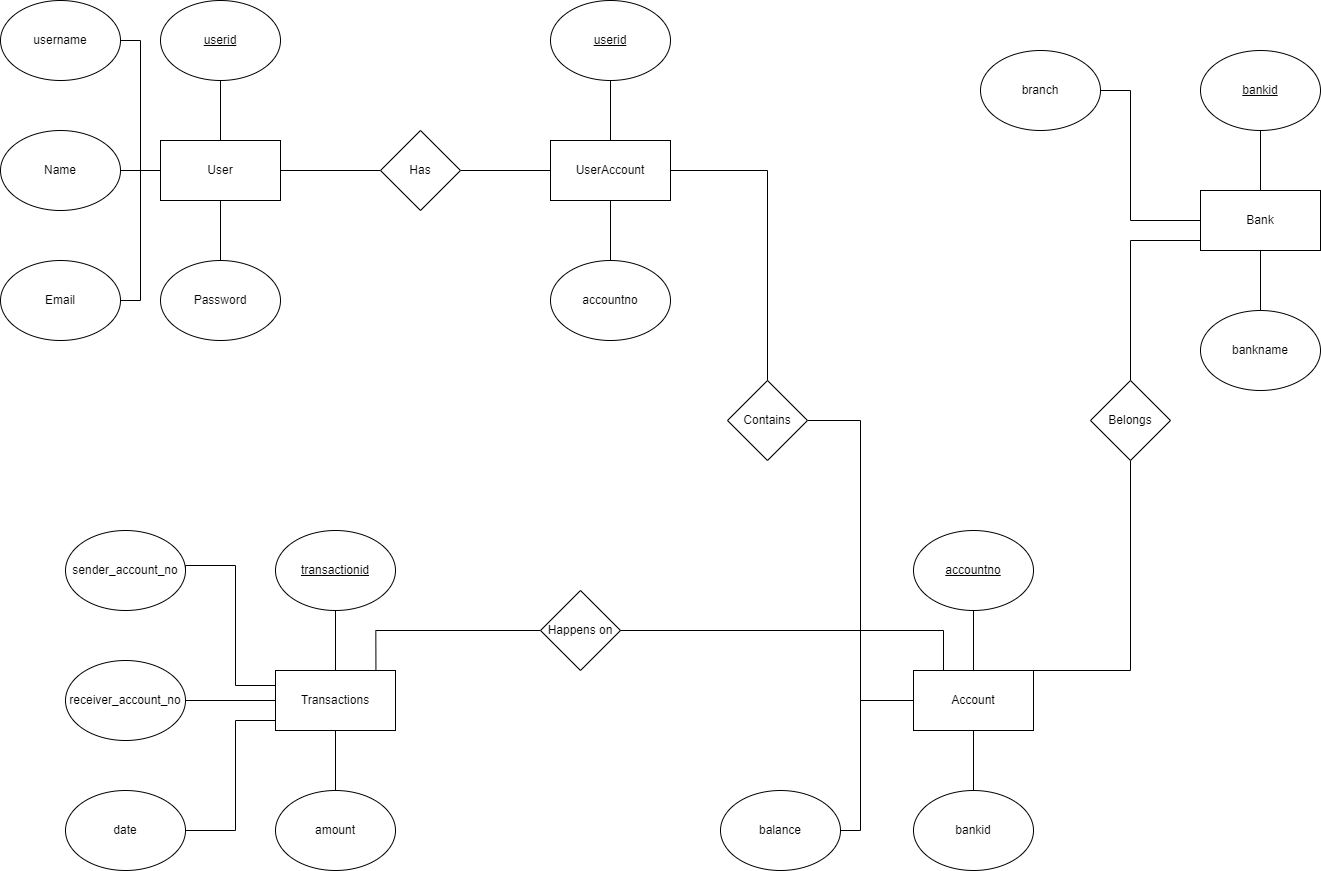
Above: Day 21/SimpleBanking.png in gokul85/PresidioTraining (draw.io), before the change. Source tidied: cells renumbered, new cells last; positions are measured from the earlier drawing's top-left corner, leaving out a move shared by most shapes. Source of this version:
```xml
<mxGraphModel>
  <root>
    <mxCell id="0" />
    <mxCell id="1" parent="0" />
    <mxCell id="2" style="edgeStyle=orthogonalEdgeStyle;rounded=0;jettySize=auto;html=1;endArrow=none;endFill=0;" parent="1" edge="1" source="8" target="13">
      <mxGeometry relative="1" as="geometry" />
    </mxCell>
    <mxCell id="3" style="edgeStyle=orthogonalEdgeStyle;rounded=0;jettySize=auto;html=1;entryX=1;entryY=0.5;entryDx=0;entryDy=0;endArrow=none;endFill=0;" parent="1" edge="1" source="8" target="12">
      <mxGeometry relative="1" as="geometry" />
    </mxCell>
    <mxCell id="4" style="edgeStyle=orthogonalEdgeStyle;rounded=0;jettySize=auto;html=1;endArrow=none;endFill=0;" parent="1" edge="1" source="8" target="11">
      <mxGeometry relative="1" as="geometry" />
    </mxCell>
    <mxCell id="5" style="edgeStyle=orthogonalEdgeStyle;rounded=0;jettySize=auto;html=1;entryX=1;entryY=0.5;entryDx=0;entryDy=0;endArrow=none;endFill=0;" parent="1" edge="1" source="8" target="10">
      <mxGeometry relative="1" as="geometry" />
    </mxCell>
    <mxCell id="6" style="edgeStyle=orthogonalEdgeStyle;rounded=0;jettySize=auto;html=1;endArrow=none;endFill=0;" parent="1" edge="1" source="8" target="9">
      <mxGeometry relative="1" as="geometry" />
    </mxCell>
    <mxCell id="7" style="edgeStyle=orthogonalEdgeStyle;rounded=0;jettySize=auto;html=1;endArrow=none;endFill=0;" parent="1" edge="1" source="8" target="21">
      <mxGeometry relative="1" as="geometry" />
    </mxCell>
    <mxCell id="8" value="User" style="rounded=0;whiteSpace=wrap;html=1;" parent="1" vertex="1">
      <mxGeometry x="160" y="140" width="120" height="60" as="geometry" />
    </mxCell>
    <mxCell id="9" value="&lt;u&gt;userid&lt;/u&gt;" style="ellipse;whiteSpace=wrap;html=1;" parent="1" vertex="1">
      <mxGeometry x="160" width="120" height="80" as="geometry" />
    </mxCell>
    <mxCell id="10" value="username" style="ellipse;whiteSpace=wrap;html=1;" parent="1" vertex="1">
      <mxGeometry width="120" height="80" as="geometry" />
    </mxCell>
    <mxCell id="11" value="Name" style="ellipse;whiteSpace=wrap;html=1;" parent="1" vertex="1">
      <mxGeometry y="130" width="120" height="80" as="geometry" />
    </mxCell>
    <mxCell id="12" value="Email" style="ellipse;whiteSpace=wrap;html=1;" parent="1" vertex="1">
      <mxGeometry y="260" width="120" height="80" as="geometry" />
    </mxCell>
    <mxCell id="13" value="Password" style="ellipse;whiteSpace=wrap;html=1;" parent="1" vertex="1">
      <mxGeometry x="160" y="260" width="120" height="80" as="geometry" />
    </mxCell>
    <mxCell id="14" style="edgeStyle=orthogonalEdgeStyle;rounded=0;jettySize=auto;html=1;endArrow=none;endFill=0;" parent="1" edge="1" source="17" target="19">
      <mxGeometry relative="1" as="geometry" />
    </mxCell>
    <mxCell id="15" style="edgeStyle=orthogonalEdgeStyle;rounded=0;jettySize=auto;html=1;endArrow=none;endFill=0;" parent="1" edge="1" source="17" target="18">
      <mxGeometry relative="1" as="geometry" />
    </mxCell>
    <mxCell id="16" style="edgeStyle=orthogonalEdgeStyle;rounded=0;jettySize=auto;html=1;endArrow=none;endFill=0;" parent="1" edge="1" source="17" target="53">
      <mxGeometry relative="1" as="geometry" />
    </mxCell>
    <mxCell id="17" value="UserAccount" style="rounded=0;whiteSpace=wrap;html=1;" parent="1" vertex="1">
      <mxGeometry x="550" y="140" width="120" height="60" as="geometry" />
    </mxCell>
    <mxCell id="18" value="&lt;u&gt;userid&lt;/u&gt;" style="ellipse;whiteSpace=wrap;html=1;" parent="1" vertex="1">
      <mxGeometry x="550" width="120" height="80" as="geometry" />
    </mxCell>
    <mxCell id="19" value="accountno" style="ellipse;whiteSpace=wrap;html=1;" parent="1" vertex="1">
      <mxGeometry x="550" y="260" width="120" height="80" as="geometry" />
    </mxCell>
    <mxCell id="20" style="edgeStyle=orthogonalEdgeStyle;rounded=0;jettySize=auto;html=1;endArrow=none;endFill=0;" parent="1" edge="1" source="21" target="17">
      <mxGeometry relative="1" as="geometry" />
    </mxCell>
    <mxCell id="21" value="Has" style="rhombus;whiteSpace=wrap;html=1;rounded=0;" parent="1" vertex="1">
      <mxGeometry x="380" y="130" width="80" height="80" as="geometry" />
    </mxCell>
    <mxCell id="22" style="edgeStyle=orthogonalEdgeStyle;rounded=0;jettySize=auto;html=1;endArrow=none;endFill=0;" parent="1" edge="1" source="25" target="27">
      <mxGeometry relative="1" as="geometry" />
    </mxCell>
    <mxCell id="23" style="edgeStyle=orthogonalEdgeStyle;rounded=0;jettySize=auto;html=1;endArrow=none;endFill=0;" parent="1" edge="1" source="25" target="26">
      <mxGeometry relative="1" as="geometry" />
    </mxCell>
    <mxCell id="24" style="edgeStyle=orthogonalEdgeStyle;rounded=0;jettySize=auto;html=1;entryX=0.5;entryY=1;entryDx=0;entryDy=0;endArrow=none;endFill=0;" parent="1" edge="1" source="25" target="54">
      <mxGeometry relative="1" as="geometry">
        <Array as="points">
          <mxPoint x="1130" y="670" />
        </Array>
      </mxGeometry>
    </mxCell>
    <mxCell id="25" value="Account" style="rounded=0;whiteSpace=wrap;html=1;" parent="1" vertex="1">
      <mxGeometry x="913" y="670" width="120" height="60" as="geometry" />
    </mxCell>
    <mxCell id="26" value="&lt;u&gt;accountno&lt;/u&gt;" style="ellipse;whiteSpace=wrap;html=1;" parent="1" vertex="1">
      <mxGeometry x="913" y="530" width="120" height="80" as="geometry" />
    </mxCell>
    <mxCell id="27" value="bankid" style="ellipse;whiteSpace=wrap;html=1;" parent="1" vertex="1">
      <mxGeometry x="913" y="790" width="120" height="80" as="geometry" />
    </mxCell>
    <mxCell id="28" style="edgeStyle=orthogonalEdgeStyle;rounded=0;jettySize=auto;html=1;endArrow=none;endFill=0;" parent="1" edge="1" source="29" target="25">
      <mxGeometry relative="1" as="geometry">
        <Array as="points">
          <mxPoint x="860" y="830" />
          <mxPoint x="860" y="700" />
        </Array>
      </mxGeometry>
    </mxCell>
    <mxCell id="29" value="balance" style="ellipse;whiteSpace=wrap;html=1;" parent="1" vertex="1">
      <mxGeometry x="720" y="790" width="120" height="80" as="geometry" />
    </mxCell>
    <mxCell id="30" style="edgeStyle=orthogonalEdgeStyle;rounded=0;jettySize=auto;html=1;endArrow=none;endFill=0;" parent="1" edge="1" source="33" target="35">
      <mxGeometry relative="1" as="geometry" />
    </mxCell>
    <mxCell id="31" style="edgeStyle=orthogonalEdgeStyle;rounded=0;jettySize=auto;html=1;endArrow=none;endFill=0;" parent="1" edge="1" source="33" target="34">
      <mxGeometry relative="1" as="geometry" />
    </mxCell>
    <mxCell id="32" style="edgeStyle=orthogonalEdgeStyle;rounded=0;jettySize=auto;html=1;endArrow=none;endFill=0;" parent="1" edge="1" source="33" target="54">
      <mxGeometry relative="1" as="geometry">
        <Array as="points">
          <mxPoint x="1130" y="240" />
        </Array>
      </mxGeometry>
    </mxCell>
    <mxCell id="33" value="Bank" style="rounded=0;whiteSpace=wrap;html=1;" parent="1" vertex="1">
      <mxGeometry x="1200" y="190" width="120" height="60" as="geometry" />
    </mxCell>
    <mxCell id="34" value="&lt;u&gt;bankid&lt;/u&gt;" style="ellipse;whiteSpace=wrap;html=1;" parent="1" vertex="1">
      <mxGeometry x="1200" y="50" width="120" height="80" as="geometry" />
    </mxCell>
    <mxCell id="35" value="bankname" style="ellipse;whiteSpace=wrap;html=1;" parent="1" vertex="1">
      <mxGeometry x="1200" y="310" width="120" height="80" as="geometry" />
    </mxCell>
    <mxCell id="36" style="edgeStyle=orthogonalEdgeStyle;rounded=0;jettySize=auto;html=1;endArrow=none;endFill=0;" parent="1" edge="1" source="37" target="33">
      <mxGeometry relative="1" as="geometry">
        <Array as="points">
          <mxPoint x="1130" y="90" />
          <mxPoint x="1130" y="220" />
        </Array>
      </mxGeometry>
    </mxCell>
    <mxCell id="37" value="branch" style="ellipse;whiteSpace=wrap;html=1;" parent="1" vertex="1">
      <mxGeometry x="980" y="50" width="120" height="80" as="geometry" />
    </mxCell>
    <mxCell id="38" style="edgeStyle=orthogonalEdgeStyle;rounded=0;jettySize=auto;html=1;endArrow=none;endFill=0;" parent="1" edge="1" source="43" target="48">
      <mxGeometry relative="1" as="geometry" />
    </mxCell>
    <mxCell id="39" style="edgeStyle=orthogonalEdgeStyle;rounded=0;jettySize=auto;html=1;entryX=1;entryY=0.5;entryDx=0;entryDy=0;endArrow=none;endFill=0;" parent="1" edge="1" source="43" target="47">
      <mxGeometry relative="1" as="geometry">
        <Array as="points">
          <mxPoint x="235" y="720" />
          <mxPoint x="235" y="830" />
        </Array>
      </mxGeometry>
    </mxCell>
    <mxCell id="40" style="edgeStyle=orthogonalEdgeStyle;rounded=0;jettySize=auto;html=1;endArrow=none;endFill=0;" parent="1" edge="1" source="43" target="46">
      <mxGeometry relative="1" as="geometry" />
    </mxCell>
    <mxCell id="41" style="edgeStyle=orthogonalEdgeStyle;rounded=0;jettySize=auto;html=1;entryX=1;entryY=0.5;entryDx=0;entryDy=0;endArrow=none;endFill=0;exitX=0;exitY=0.25;exitDx=0;exitDy=0;" parent="1" edge="1" source="43" target="45">
      <mxGeometry relative="1" as="geometry">
        <Array as="points">
          <mxPoint x="235" y="685" />
          <mxPoint x="235" y="565" />
          <mxPoint x="185" y="565" />
        </Array>
      </mxGeometry>
    </mxCell>
    <mxCell id="42" style="edgeStyle=orthogonalEdgeStyle;rounded=0;jettySize=auto;html=1;endArrow=none;endFill=0;" parent="1" edge="1" source="43" target="44">
      <mxGeometry relative="1" as="geometry" />
    </mxCell>
    <mxCell id="43" value="Transactions" style="rounded=0;whiteSpace=wrap;html=1;" parent="1" vertex="1">
      <mxGeometry x="275" y="670" width="120" height="60" as="geometry" />
    </mxCell>
    <mxCell id="44" value="&lt;u&gt;transactionid&lt;/u&gt;" style="ellipse;whiteSpace=wrap;html=1;" parent="1" vertex="1">
      <mxGeometry x="275" y="530" width="120" height="80" as="geometry" />
    </mxCell>
    <mxCell id="45" value="sender_account_no" style="ellipse;whiteSpace=wrap;html=1;" parent="1" vertex="1">
      <mxGeometry x="65" y="530" width="120" height="80" as="geometry" />
    </mxCell>
    <mxCell id="46" value="receiver_account_no" style="ellipse;whiteSpace=wrap;html=1;" parent="1" vertex="1">
      <mxGeometry x="65" y="660" width="120" height="80" as="geometry" />
    </mxCell>
    <mxCell id="47" value="date" style="ellipse;whiteSpace=wrap;html=1;" parent="1" vertex="1">
      <mxGeometry x="65" y="790" width="120" height="80" as="geometry" />
    </mxCell>
    <mxCell id="48" value="amount" style="ellipse;whiteSpace=wrap;html=1;" parent="1" vertex="1">
      <mxGeometry x="275" y="790" width="120" height="80" as="geometry" />
    </mxCell>
    <mxCell id="49" style="edgeStyle=orthogonalEdgeStyle;rounded=0;jettySize=auto;html=1;endArrow=none;endFill=0;entryX=0.837;entryY=-0.012;entryDx=0;entryDy=0;entryPerimeter=0;" parent="1" edge="1" source="51" target="43">
      <mxGeometry relative="1" as="geometry">
        <Array as="points">
          <mxPoint x="375" y="630" />
        </Array>
      </mxGeometry>
    </mxCell>
    <mxCell id="50" style="edgeStyle=orthogonalEdgeStyle;rounded=0;jettySize=auto;html=1;entryX=0.25;entryY=0;entryDx=0;entryDy=0;endArrow=none;endFill=0;" parent="1" edge="1" source="51" target="25">
      <mxGeometry relative="1" as="geometry" />
    </mxCell>
    <mxCell id="51" value="Happens on" style="rhombus;whiteSpace=wrap;html=1;rounded=0;" parent="1" vertex="1">
      <mxGeometry x="540" y="590" width="80" height="80" as="geometry" />
    </mxCell>
    <mxCell id="52" style="edgeStyle=orthogonalEdgeStyle;rounded=0;jettySize=auto;html=1;entryX=0;entryY=0.5;entryDx=0;entryDy=0;endArrow=none;endFill=0;" parent="1" edge="1" source="53" target="25">
      <mxGeometry relative="1" as="geometry">
        <Array as="points">
          <mxPoint x="860" y="420" />
          <mxPoint x="860" y="700" />
        </Array>
      </mxGeometry>
    </mxCell>
    <mxCell id="53" value="Contains" style="rhombus;whiteSpace=wrap;html=1;rounded=0;" parent="1" vertex="1">
      <mxGeometry x="727" y="380" width="80" height="80" as="geometry" />
    </mxCell>
    <mxCell id="54" value="Be&lt;span style=&quot;background-color: initial;&quot;&gt;longs&lt;/span&gt;" style="rhombus;whiteSpace=wrap;html=1;rounded=0;" parent="1" vertex="1">
      <mxGeometry x="1090" y="380" width="80" height="80" as="geometry" />
    </mxCell>
  </root>
</mxGraphModel>
```
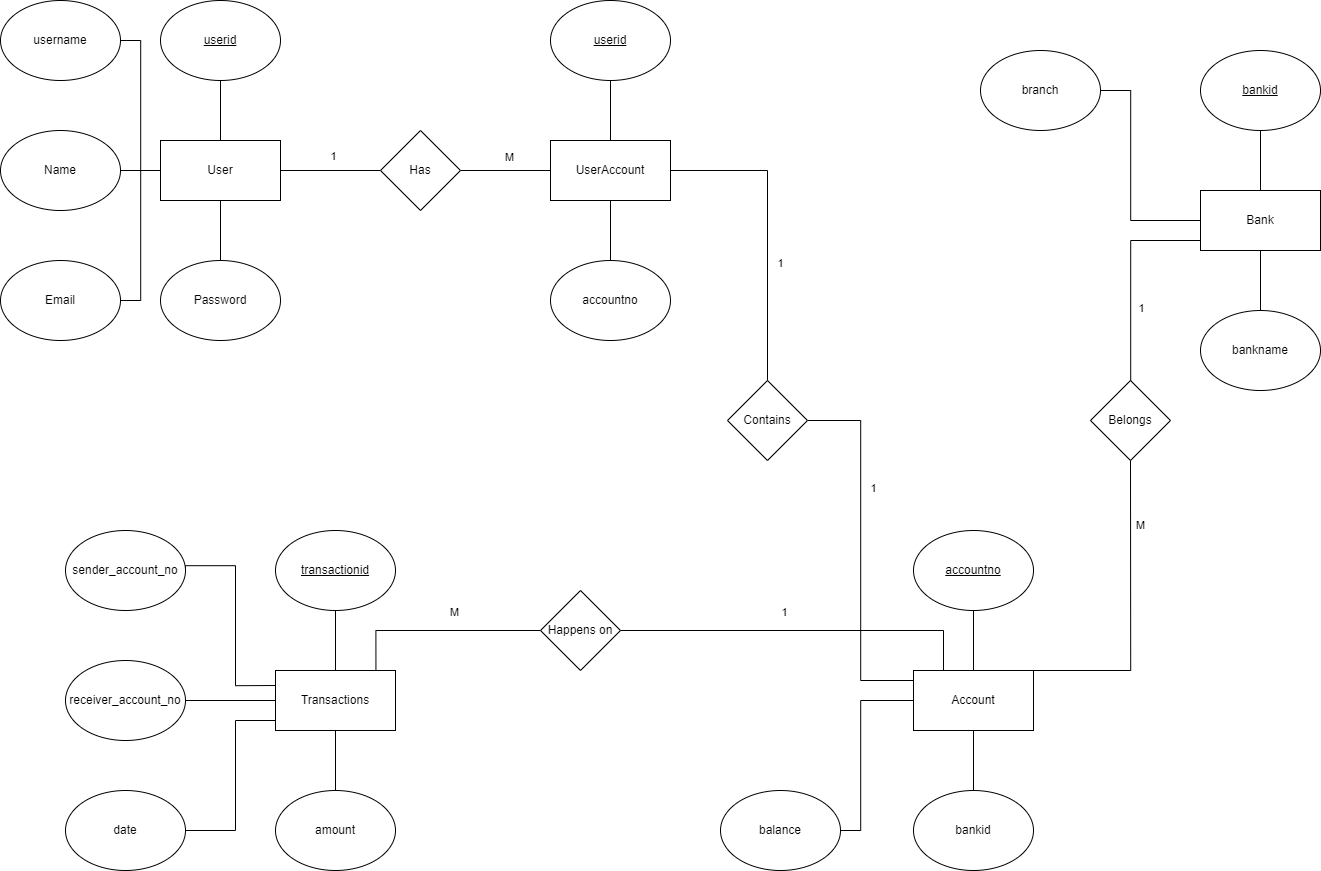
After the change.

What changed in the source:
```diff
@@ -20,6 +20,11 @@
     <mxCell id="7" style="edgeStyle=orthogonalEdgeStyle;rounded=0;jettySize=auto;html=1;endArrow=none;endFill=0;" parent="1" edge="1" source="8" target="21">
       <mxGeometry relative="1" as="geometry" />
     </mxCell>
+    <mxCell id="55" value="1" style="edgeLabel;html=1;align=center;verticalAlign=middle;" parent="7" vertex="1">
+      <mxGeometry x="0.08" relative="1" as="geometry">
+        <mxPoint x="-1" y="-16" as="offset" />
+      </mxGeometry>
+    </mxCell>
     <mxCell id="8" value="User" style="rounded=0;whiteSpace=wrap;html=1;" parent="1" vertex="1">
       <mxGeometry x="160" y="140" width="120" height="60" as="geometry" />
     </mxCell>
@@ -47,6 +52,11 @@
     <mxCell id="16" style="edgeStyle=orthogonalEdgeStyle;rounded=0;jettySize=auto;html=1;endArrow=none;endFill=0;" parent="1" edge="1" source="17" target="53">
       <mxGeometry relative="1" as="geometry" />
     </mxCell>
+    <mxCell id="56" value="1" style="edgeLabel;html=1;align=center;verticalAlign=middle;" parent="16" vertex="1">
+      <mxGeometry x="0.23" y="1" relative="1" as="geometry">
+        <mxPoint x="10" as="offset" />
+      </mxGeometry>
+    </mxCell>
     <mxCell id="17" value="UserAccount" style="rounded=0;whiteSpace=wrap;html=1;" parent="1" vertex="1">
       <mxGeometry x="550" y="140" width="120" height="60" as="geometry" />
     </mxCell>
@@ -59,6 +69,11 @@
     <mxCell id="20" style="edgeStyle=orthogonalEdgeStyle;rounded=0;jettySize=auto;html=1;endArrow=none;endFill=0;" parent="1" edge="1" source="21" target="17">
       <mxGeometry relative="1" as="geometry" />
     </mxCell>
+    <mxCell id="57" value="M" style="edgeLabel;html=1;align=center;verticalAlign=middle;" parent="20" vertex="1">
+      <mxGeometry x="0.02" y="1" relative="1" as="geometry">
+        <mxPoint x="-1" y="-14" as="offset" />
+      </mxGeometry>
+    </mxCell>
     <mxCell id="21" value="Has" style="rhombus;whiteSpace=wrap;html=1;rounded=0;" parent="1" vertex="1">
       <mxGeometry x="380" y="130" width="80" height="80" as="geometry" />
     </mxCell>
@@ -75,6 +90,11 @@
         </Array>
       </mxGeometry>
     </mxCell>
+    <mxCell id="58" value="M" style="edgeLabel;html=1;align=center;verticalAlign=middle;" parent="24" vertex="1">
+      <mxGeometry x="0.59" y="-3" relative="1" as="geometry">
+        <mxPoint x="5" as="offset" />
+      </mxGeometry>
+    </mxCell>
     <mxCell id="25" value="Account" style="rounded=0;whiteSpace=wrap;html=1;" parent="1" vertex="1">
       <mxGeometry x="913" y="670" width="120" height="60" as="geometry" />
     </mxCell>
@@ -108,6 +128,11 @@
         </Array>
       </mxGeometry>
     </mxCell>
+    <mxCell id="59" value="1" style="edgeLabel;html=1;align=center;verticalAlign=middle;" parent="32" vertex="1">
+      <mxGeometry x="0.29" y="3" relative="1" as="geometry">
+        <mxPoint x="6" as="offset" />
+      </mxGeometry>
+    </mxCell>
     <mxCell id="33" value="Bank" style="rounded=0;whiteSpace=wrap;html=1;" parent="1" vertex="1">
       <mxGeometry x="1200" y="190" width="120" height="60" as="geometry" />
     </mxCell>
@@ -179,20 +204,37 @@
         </Array>
       </mxGeometry>
     </mxCell>
+    <mxCell id="60" value="M" style="edgeLabel;html=1;align=center;verticalAlign=middle;" parent="49" vertex="1">
+      <mxGeometry x="-0.12" y="-2" relative="1" as="geometry">
+        <mxPoint y="-18" as="offset" />
+      </mxGeometry>
+    </mxCell>
     <mxCell id="50" style="edgeStyle=orthogonalEdgeStyle;rounded=0;jettySize=auto;html=1;entryX=0.25;entryY=0;entryDx=0;entryDy=0;endArrow=none;endFill=0;" parent="1" edge="1" source="51" target="25">
       <mxGeometry relative="1" as="geometry" />
     </mxCell>
+    <mxCell id="61" value="1" style="edgeLabel;html=1;align=center;verticalAlign=middle;" parent="50" vertex="1">
+      <mxGeometry x="-0.11" relative="1" as="geometry">
+        <mxPoint x="-2" y="-20" as="offset" />
+      </mxGeometry>
+    </mxCell>
     <mxCell id="51" value="Happens on" style="rhombus;whiteSpace=wrap;html=1;rounded=0;" parent="1" vertex="1">
       <mxGeometry x="540" y="590" width="80" height="80" as="geometry" />
     </mxCell>
-    <mxCell id="52" style="edgeStyle=orthogonalEdgeStyle;rounded=0;jettySize=auto;html=1;entryX=0;entryY=0.5;entryDx=0;entryDy=0;endArrow=none;endFill=0;" parent="1" edge="1" source="53" target="25">
+    <mxCell id="52" style="edgeStyle=orthogonalEdgeStyle;rounded=0;jettySize=auto;html=1;endArrow=none;endFill=0;" parent="1" edge="1" source="53">
       <mxGeometry relative="1" as="geometry">
+        <mxPoint x="913" y="680" as="targetPoint" />
         <Array as="points">
           <mxPoint x="860" y="420" />
-          <mxPoint x="860" y="700" />
+          <mxPoint x="860" y="680" />
+          <mxPoint x="913" y="680" />
         </Array>
       </mxGeometry>
     </mxCell>
+    <mxCell id="62" value="1" style="edgeLabel;html=1;align=center;verticalAlign=middle;" parent="52" vertex="1">
+      <mxGeometry x="-0.35" relative="1" as="geometry">
+        <mxPoint x="11" y="-1" as="offset" />
+      </mxGeometry>
+    </mxCell>
     <mxCell id="53" value="Contains" style="rhombus;whiteSpace=wrap;html=1;rounded=0;" parent="1" vertex="1">
       <mxGeometry x="727" y="380" width="80" height="80" as="geometry" />
     </mxCell>
```
